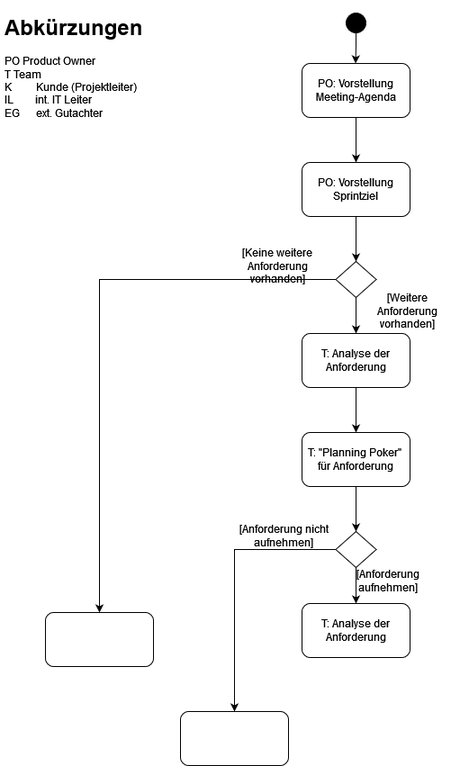
Before: src/org/hbrs/se1/ws22/uebung3/Aufgabe3-1.drawio.png, a diagram exported from draw.io (fitnesstino/WS22-SE1). Source tidied: cells renumbered, new cells last; positions are measured from the earlier drawing's top-left corner, leaving out a move shared by most shapes.
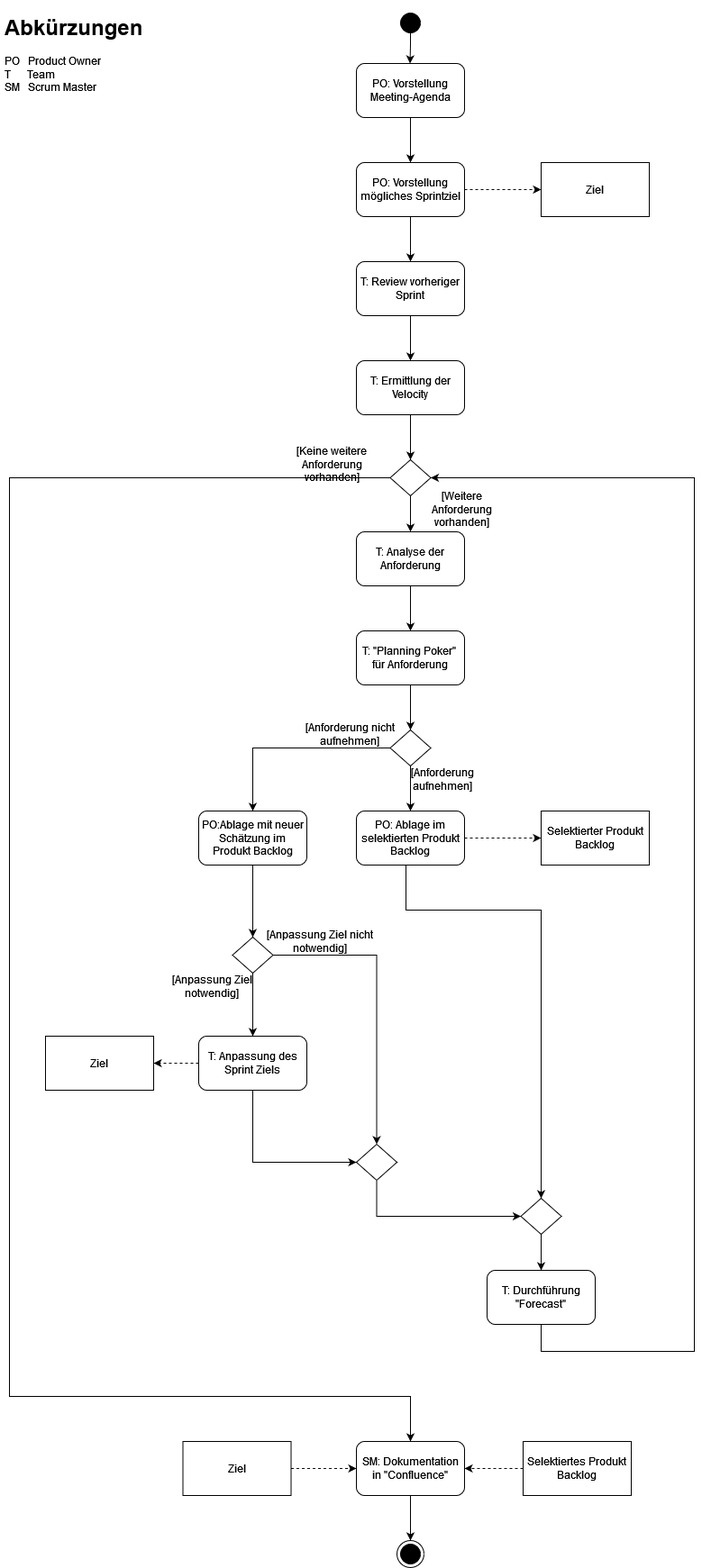
Above is the later version.

What changed in the source:
```diff
@@ -4,91 +4,206 @@
     <mxCell id="1" parent="0" />
     <mxCell id="2" style="edgeStyle=orthogonalEdgeStyle;rounded=0;jettySize=auto;html=1;entryX=0.5;entryY=0;entryDx=0;entryDy=0;" parent="1" edge="1" source="3">
       <mxGeometry relative="1" as="geometry">
-        <mxPoint x="395" y="170" as="targetPoint" />
+        <mxPoint x="455" y="170" as="targetPoint" />
       </mxGeometry>
     </mxCell>
     <mxCell id="3" value="PO: Vorstellung Meeting-Agenda" style="rounded=1;whiteSpace=wrap;html=1;" parent="1" vertex="1">
-      <mxGeometry x="335" y="60" width="120" height="60" as="geometry" />
+      <mxGeometry x="395" y="60" width="120" height="60" as="geometry" />
     </mxCell>
     <mxCell id="4" style="edgeStyle=orthogonalEdgeStyle;rounded=0;orthogonalLoop=1;jettySize=auto;html=1;entryX=0.5;entryY=0;entryDx=0;entryDy=0;startArrow=none;" parent="1" edge="1">
       <mxGeometry relative="1" as="geometry">
-        <mxPoint x="395" y="20" as="sourcePoint" />
-        <mxPoint x="394.5" y="60" as="targetPoint" />
+        <mxPoint x="455" y="20" as="sourcePoint" />
+        <mxPoint x="454.5" y="60" as="targetPoint" />
         <Array as="points">
-          <mxPoint x="395" y="40" />
+          <mxPoint x="455" y="40" />
         </Array>
       </mxGeometry>
     </mxCell>
     <mxCell id="5" style="ellipse;html=1;shape=startState;fillColor=#000000;strokeColor=#000000;" parent="1" vertex="1">
-      <mxGeometry x="380" width="30" height="30" as="geometry" />
+      <mxGeometry x="440" width="30" height="30" as="geometry" />
     </mxCell>
-    <mxCell id="6" value="&lt;h1&gt;Abkürzungen&lt;/h1&gt;&lt;p&gt;PO Product Owner&lt;br&gt;T Team&lt;br&gt;K&amp;nbsp;&amp;nbsp;&amp;nbsp;&amp;nbsp;&amp;nbsp;&amp;nbsp;&amp;nbsp;&amp;nbsp; Kunde (Projektleiter)&lt;br&gt;IL&amp;nbsp;&amp;nbsp;&amp;nbsp;&amp;nbsp;&amp;nbsp;&amp;nbsp;&amp;nbsp; int. IT Leiter&lt;br&gt;EG&amp;nbsp;&amp;nbsp;&amp;nbsp;&amp;nbsp;&amp;nbsp; ext. Gutachter&lt;br&gt;&lt;/p&gt;" style="text;html=1;strokeColor=none;fillColor=none;spacing=5;spacingTop=-20;whiteSpace=wrap;overflow=hidden;rounded=0;" parent="1" vertex="1">
+    <mxCell id="6" value="&lt;h1&gt;Abkürzungen&lt;/h1&gt;&lt;p&gt;PO&amp;nbsp;&amp;nbsp; Product Owner&lt;br&gt;T&amp;nbsp;&amp;nbsp;&amp;nbsp;&amp;nbsp;&amp;nbsp; Team&lt;br&gt;SM&amp;nbsp;&amp;nbsp; Scrum Master&lt;br&gt;&lt;/p&gt;" style="text;html=1;strokeColor=none;fillColor=none;spacing=5;spacingTop=-20;whiteSpace=wrap;overflow=hidden;rounded=0;" parent="1" vertex="1">
       <mxGeometry width="200" height="120" as="geometry" />
     </mxCell>
+    <mxCell id="26" style="edgeStyle=orthogonalEdgeStyle;rounded=0;jettySize=auto;html=1;entryX=0;entryY=0.5;entryDx=0;entryDy=0;dashed=1;" parent="1" edge="1" source="7" target="39">
+      <mxGeometry relative="1" as="geometry" />
+    </mxCell>
-    <mxCell id="7" value="PO: Vorstellung Sprintziel" style="rounded=1;whiteSpace=wrap;html=1;" parent="1" vertex="1">
-      <mxGeometry x="335" y="170" width="120" height="60" as="geometry" />
+    <mxCell id="7" value="PO: Vorstellung mögliches Sprintziel" style="rounded=1;whiteSpace=wrap;html=1;" parent="1" vertex="1">
+      <mxGeometry x="395" y="170" width="120" height="60" as="geometry" />
     </mxCell>
-    <mxCell id="8" style="edgeStyle=orthogonalEdgeStyle;rounded=0;jettySize=auto;html=1;entryX=0.5;entryY=0;entryDx=0;entryDy=0;" parent="1" edge="1" target="11">
+    <mxCell id="8" style="edgeStyle=orthogonalEdgeStyle;rounded=0;orthogonalLoop=1;jettySize=auto;html=1;entryX=0.5;entryY=0;entryDx=0;entryDy=0;" parent="1" edge="1">
       <mxGeometry relative="1" as="geometry">
-        <mxPoint x="395" y="230" as="sourcePoint" />
+        <mxPoint x="455" y="230" as="sourcePoint" />
+        <mxPoint x="455" y="280" as="targetPoint" />
       </mxGeometry>
     </mxCell>
     <mxCell id="9" style="edgeStyle=orthogonalEdgeStyle;rounded=0;jettySize=auto;html=1;entryX=0.5;entryY=0;entryDx=0;entryDy=0;" parent="1" edge="1" source="11">
       <mxGeometry relative="1" as="geometry">
-        <mxPoint x="395" y="360" as="targetPoint" />
+        <mxPoint x="455" y="580" as="targetPoint" />
       </mxGeometry>
     </mxCell>
     <mxCell id="10" style="edgeStyle=orthogonalEdgeStyle;rounded=0;jettySize=auto;html=1;" parent="1" edge="1" source="11" target="15">
-      <mxGeometry relative="1" as="geometry" />
+      <mxGeometry relative="1" as="geometry">
+        <Array as="points">
+          <mxPoint x="10" y="520" />
+          <mxPoint x="10" y="1540" />
+          <mxPoint x="455" y="1540" />
+        </Array>
+      </mxGeometry>
     </mxCell>
     <mxCell id="11" style="rhombus;whiteSpace=wrap;html=1;strokeColor=#000000;fillColor=none;" parent="1" vertex="1">
-      <mxGeometry x="372.5" y="280" width="45" height="40" as="geometry" />
+      <mxGeometry x="432.5" y="500" width="45" height="40" as="geometry" />
     </mxCell>
     <mxCell id="12" style="edgeStyle=orthogonalEdgeStyle;rounded=0;jettySize=auto;html=1;" parent="1" edge="1" source="13" target="17">
       <mxGeometry relative="1" as="geometry" />
     </mxCell>
     <mxCell id="13" value="T: Analyse der Anforderung" style="rounded=1;whiteSpace=wrap;html=1;" parent="1" vertex="1">
-      <mxGeometry x="335" y="360" width="120" height="60" as="geometry" />
+      <mxGeometry x="395" y="580" width="120" height="60" as="geometry" />
     </mxCell>
     <mxCell id="14" value="[Weitere Anforderung vorhanden]" style="text;html=1;strokeColor=none;fillColor=none;align=center;verticalAlign=middle;whiteSpace=wrap;rounded=0;" parent="1" vertex="1">
-      <mxGeometry x="395" y="320" width="115" height="30" as="geometry" />
+      <mxGeometry x="455" y="540" width="115" height="30" as="geometry" />
     </mxCell>
-    <mxCell id="15" style="rounded=1;whiteSpace=wrap;html=1;fillColor=none;strokeColor=#000000;" parent="1" vertex="1">
-      <mxGeometry x="50" y="670" width="120" height="60" as="geometry" />
+    <mxCell id="15" value="SM: Dokumentation in &quot;Confluence&quot;" style="rounded=1;whiteSpace=wrap;html=1;fillColor=none;strokeColor=#000000;" parent="1" vertex="1">
+      <mxGeometry x="395" y="1590" width="120" height="60" as="geometry" />
     </mxCell>
     <mxCell id="16" value="[Keine weitere Anforderung vorhanden]" style="text;html=1;strokeColor=none;fillColor=none;align=center;verticalAlign=middle;whiteSpace=wrap;rounded=0;" parent="1" vertex="1">
-      <mxGeometry x="242.5" y="270" width="130" height="30" as="geometry" />
+      <mxGeometry x="302.5" y="490" width="130" height="30" as="geometry" />
     </mxCell>
     <mxCell id="17" value="T: &quot;Planning Poker&quot;&amp;nbsp; für Anforderung" style="whiteSpace=wrap;html=1;rounded=1;" parent="1" vertex="1">
-      <mxGeometry x="335" y="470" width="120" height="60" as="geometry" />
+      <mxGeometry x="395" y="690" width="120" height="60" as="geometry" />
     </mxCell>
     <mxCell id="18" style="edgeStyle=orthogonalEdgeStyle;rounded=0;jettySize=auto;html=1;entryX=0.5;entryY=0;entryDx=0;entryDy=0;" parent="1" edge="1" target="21">
       <mxGeometry relative="1" as="geometry">
-        <mxPoint x="395" y="530" as="sourcePoint" />
+        <mxPoint x="455" y="750" as="sourcePoint" />
       </mxGeometry>
     </mxCell>
-    <mxCell id="19" style="edgeStyle=orthogonalEdgeStyle;rounded=0;jettySize=auto;html=1;entryX=0.5;entryY=0;entryDx=0;entryDy=0;" parent="1" edge="1" source="21">
-      <mxGeometry relative="1" as="geometry">
-        <mxPoint x="395" y="660" as="targetPoint" />
-      </mxGeometry>
+    <mxCell id="19" style="edgeStyle=orthogonalEdgeStyle;rounded=0;jettySize=auto;html=1;entryX=0.5;entryY=0;entryDx=0;entryDy=0;entryPerimeter=0;" parent="1" edge="1" source="21" target="22">
+      <mxGeometry relative="1" as="geometry" />
     </mxCell>
     <mxCell id="20" style="edgeStyle=orthogonalEdgeStyle;rounded=0;jettySize=auto;html=1;" parent="1" edge="1" source="21" target="25">
       <mxGeometry relative="1" as="geometry" />
     </mxCell>
     <mxCell id="21" style="rhombus;whiteSpace=wrap;html=1;strokeColor=#000000;fillColor=none;" parent="1" vertex="1">
-      <mxGeometry x="372.5" y="580" width="45" height="40" as="geometry" />
+      <mxGeometry x="432.5" y="800" width="45" height="40" as="geometry" />
     </mxCell>
+    <mxCell id="27" style="edgeStyle=orthogonalEdgeStyle;rounded=0;jettySize=auto;html=1;entryX=0;entryY=0.5;entryDx=0;entryDy=0;dashed=1;" parent="1" edge="1" source="22" target="30">
+      <mxGeometry relative="1" as="geometry" />
+    </mxCell>
+    <mxCell id="28" style="edgeStyle=orthogonalEdgeStyle;rounded=0;jettySize=auto;html=1;" parent="1" edge="1" source="22" target="34">
+      <mxGeometry relative="1" as="geometry">
+        <Array as="points">
+          <mxPoint x="450" y="1000" />
+          <mxPoint x="600" y="1000" />
+        </Array>
+      </mxGeometry>
+    </mxCell>
-    <mxCell id="22" value="T: Analyse der Anforderung" style="rounded=1;whiteSpace=wrap;html=1;" parent="1" vertex="1">
-      <mxGeometry x="335" y="660" width="120" height="60" as="geometry" />
+    <mxCell id="22" value="PO: Ablage im selektierten Produkt Backlog" style="rounded=1;whiteSpace=wrap;html=1;" parent="1" vertex="1">
+      <mxGeometry x="395" y="890" width="120" height="60" as="geometry" />
     </mxCell>
     <mxCell id="23" value="[Anforderung aufnehmen]" style="text;html=1;strokeColor=none;fillColor=none;align=center;verticalAlign=middle;whiteSpace=wrap;rounded=0;" parent="1" vertex="1">
-      <mxGeometry x="372.5" y="620" width="115" height="30" as="geometry" />
+      <mxGeometry x="432.5" y="840" width="115" height="30" as="geometry" />
     </mxCell>
-    <mxCell id="24" value="[Anforderung nicht aufnehmen]" style="text;html=1;strokeColor=none;fillColor=none;align=center;verticalAlign=middle;whiteSpace=wrap;rounded=0;" parent="1" vertex="1">
-      <mxGeometry x="250" y="570" width="130" height="30" as="geometry" />
+    <mxCell id="24" value="[Anpassung Ziel nicht notwendig]" style="text;html=1;strokeColor=none;fillColor=none;align=center;verticalAlign=middle;whiteSpace=wrap;rounded=0;" parent="1" vertex="1">
+      <mxGeometry x="290" y="1020" width="130" height="30" as="geometry" />
     </mxCell>
+    <mxCell id="29" style="edgeStyle=orthogonalEdgeStyle;rounded=0;jettySize=auto;html=1;entryX=0.5;entryY=0;entryDx=0;entryDy=0;" parent="1" edge="1" source="25" target="42">
+      <mxGeometry relative="1" as="geometry" />
+    </mxCell>
-    <mxCell id="25" style="rounded=1;whiteSpace=wrap;html=1;fillColor=none;strokeColor=#000000;" parent="1" vertex="1">
-      <mxGeometry x="200" y="780" width="120" height="60" as="geometry" />
+    <mxCell id="25" value="PO:Ablage mit neuer Schätzung im Produkt Backlog" style="rounded=1;whiteSpace=wrap;html=1;fillColor=none;strokeColor=#000000;" parent="1" vertex="1">
+      <mxGeometry x="220" y="890" width="120" height="60" as="geometry" />
     </mxCell>
+    <mxCell id="30" value="Selektierter Produkt Backlog" style="rounded=0;whiteSpace=wrap;html=1;" parent="1" vertex="1">
+      <mxGeometry x="600" y="890" width="120" height="60" as="geometry" />
+    </mxCell>
+    <mxCell id="31" style="edgeStyle=orthogonalEdgeStyle;rounded=0;jettySize=auto;html=1;entryX=1;entryY=0.5;entryDx=0;entryDy=0;" parent="1" edge="1" source="32" target="11">
+      <mxGeometry relative="1" as="geometry">
+        <Array as="points">
+          <mxPoint x="600" y="1490" />
+          <mxPoint x="770" y="1490" />
+          <mxPoint x="770" y="520" />
+        </Array>
+      </mxGeometry>
+    </mxCell>
+    <mxCell id="32" value="T: Durchführung &quot;Forecast&quot;" style="rounded=1;whiteSpace=wrap;html=1;" parent="1" vertex="1">
+      <mxGeometry x="540" y="1400" width="120" height="60" as="geometry" />
+    </mxCell>
+    <mxCell id="33" style="edgeStyle=orthogonalEdgeStyle;rounded=0;jettySize=auto;html=1;entryX=0.5;entryY=0;entryDx=0;entryDy=0;" parent="1" edge="1" source="34" target="32">
+      <mxGeometry relative="1" as="geometry" />
+    </mxCell>
+    <mxCell id="34" style="rhombus;whiteSpace=wrap;html=1;strokeColor=#000000;fillColor=none;" parent="1" vertex="1">
+      <mxGeometry x="577.5" y="1320" width="45" height="40" as="geometry" />
+    </mxCell>
+    <mxCell id="35" style="edgeStyle=orthogonalEdgeStyle;rounded=0;jettySize=auto;html=1;" parent="1" edge="1" source="36" target="38">
+      <mxGeometry relative="1" as="geometry" />
+    </mxCell>
+    <mxCell id="36" value="T: Review vorheriger Sprint" style="rounded=1;whiteSpace=wrap;html=1;" parent="1" vertex="1">
+      <mxGeometry x="395" y="280" width="120" height="60" as="geometry" />
+    </mxCell>
+    <mxCell id="37" style="edgeStyle=orthogonalEdgeStyle;rounded=0;jettySize=auto;html=1;entryX=0.5;entryY=0;entryDx=0;entryDy=0;" parent="1" edge="1" source="38" target="11">
+      <mxGeometry relative="1" as="geometry" />
+    </mxCell>
+    <mxCell id="38" value="T: Ermittlung der Velocity" style="whiteSpace=wrap;html=1;rounded=1;" parent="1" vertex="1">
+      <mxGeometry x="395" y="390" width="120" height="60" as="geometry" />
+    </mxCell>
+    <mxCell id="39" value="Ziel" style="rounded=0;whiteSpace=wrap;html=1;" parent="1" vertex="1">
+      <mxGeometry x="600" y="170" width="120" height="60" as="geometry" />
+    </mxCell>
+    <mxCell id="40" style="edgeStyle=orthogonalEdgeStyle;rounded=0;jettySize=auto;html=1;" parent="1" edge="1" source="42" target="46">
+      <mxGeometry relative="1" as="geometry" />
+    </mxCell>
+    <mxCell id="41" style="edgeStyle=orthogonalEdgeStyle;rounded=0;jettySize=auto;html=1;entryX=0.5;entryY=0;entryDx=0;entryDy=0;" parent="1" edge="1" source="42" target="50">
+      <mxGeometry relative="1" as="geometry" />
+    </mxCell>
+    <mxCell id="42" style="rhombus;whiteSpace=wrap;html=1;strokeColor=#000000;fillColor=none;" parent="1" vertex="1">
+      <mxGeometry x="257.5" y="1030" width="45" height="40" as="geometry" />
+    </mxCell>
+    <mxCell id="43" value="[Anforderung nicht aufnehmen]" style="text;html=1;strokeColor=none;fillColor=none;align=center;verticalAlign=middle;whiteSpace=wrap;rounded=0;" parent="1" vertex="1">
+      <mxGeometry x="322.5" y="790" width="130" height="30" as="geometry" />
+    </mxCell>
+    <mxCell id="44" style="edgeStyle=orthogonalEdgeStyle;rounded=0;jettySize=auto;html=1;entryX=1;entryY=0.5;entryDx=0;entryDy=0;dashed=1;" parent="1" edge="1" source="46" target="48">
+      <mxGeometry relative="1" as="geometry" />
+    </mxCell>
+    <mxCell id="45" style="edgeStyle=orthogonalEdgeStyle;rounded=0;jettySize=auto;html=1;entryX=0;entryY=0.5;entryDx=0;entryDy=0;" parent="1" edge="1" source="46" target="50">
+      <mxGeometry relative="1" as="geometry">
+        <Array as="points">
+          <mxPoint x="280" y="1280" />
+        </Array>
+      </mxGeometry>
+    </mxCell>
+    <mxCell id="46" value="T: Anpassung des Sprint Ziels" style="rounded=1;whiteSpace=wrap;html=1;fillColor=none;strokeColor=#000000;" parent="1" vertex="1">
+      <mxGeometry x="220" y="1140" width="120" height="60" as="geometry" />
+    </mxCell>
+    <mxCell id="47" value="[Anpassung Ziel notwendig]" style="text;html=1;strokeColor=none;fillColor=none;align=center;verticalAlign=middle;whiteSpace=wrap;rounded=0;" parent="1" vertex="1">
+      <mxGeometry x="170" y="1070" width="130" height="30" as="geometry" />
+    </mxCell>
+    <mxCell id="48" value="Ziel" style="rounded=0;whiteSpace=wrap;html=1;" parent="1" vertex="1">
+      <mxGeometry x="50" y="1140" width="120" height="60" as="geometry" />
+    </mxCell>
+    <mxCell id="49" style="edgeStyle=orthogonalEdgeStyle;rounded=0;jettySize=auto;html=1;entryX=0;entryY=0.5;entryDx=0;entryDy=0;exitX=0.5;exitY=1;exitDx=0;exitDy=0;" parent="1" edge="1" source="50" target="34">
+      <mxGeometry relative="1" as="geometry" />
+    </mxCell>
+    <mxCell id="50" style="rhombus;whiteSpace=wrap;html=1;strokeColor=#000000;fillColor=none;" parent="1" vertex="1">
+      <mxGeometry x="395" y="1260" width="45" height="40" as="geometry" />
+    </mxCell>
+    <mxCell id="51" style="ellipse;html=1;shape=endState;fillColor=#000000;strokeColor=#000000;" parent="1" vertex="1">
+      <mxGeometry x="440" y="1700" width="30" height="30" as="geometry" />
+    </mxCell>
+    <mxCell id="52" style="edgeStyle=orthogonalEdgeStyle;rounded=0;jettySize=auto;html=1;entryX=0.5;entryY=0;entryDx=0;entryDy=0;" parent="1" edge="1" target="51">
+      <mxGeometry relative="1" as="geometry">
+        <mxPoint x="455" y="1650" as="sourcePoint" />
+      </mxGeometry>
+    </mxCell>
+    <mxCell id="53" style="edgeStyle=orthogonalEdgeStyle;rounded=0;jettySize=auto;html=1;entryX=0;entryY=0.5;entryDx=0;entryDy=0;dashed=1;" parent="1" edge="1" source="54" target="15">
+      <mxGeometry relative="1" as="geometry" />
+    </mxCell>
+    <mxCell id="54" value="Ziel" style="rounded=0;whiteSpace=wrap;html=1;" parent="1" vertex="1">
+      <mxGeometry x="202.5" y="1590" width="120" height="60" as="geometry" />
+    </mxCell>
+    <mxCell id="55" style="edgeStyle=orthogonalEdgeStyle;rounded=0;jettySize=auto;html=1;entryX=1;entryY=0.5;entryDx=0;entryDy=0;dashed=1;" parent="1" edge="1" source="56" target="15">
+      <mxGeometry relative="1" as="geometry" />
+    </mxCell>
+    <mxCell id="56" value="Selektiertes Produkt Backlog" style="rounded=0;whiteSpace=wrap;html=1;" parent="1" vertex="1">
+      <mxGeometry x="580" y="1590" width="120" height="60" as="geometry" />
+    </mxCell>
   </root>
 </mxGraphModel>
```
